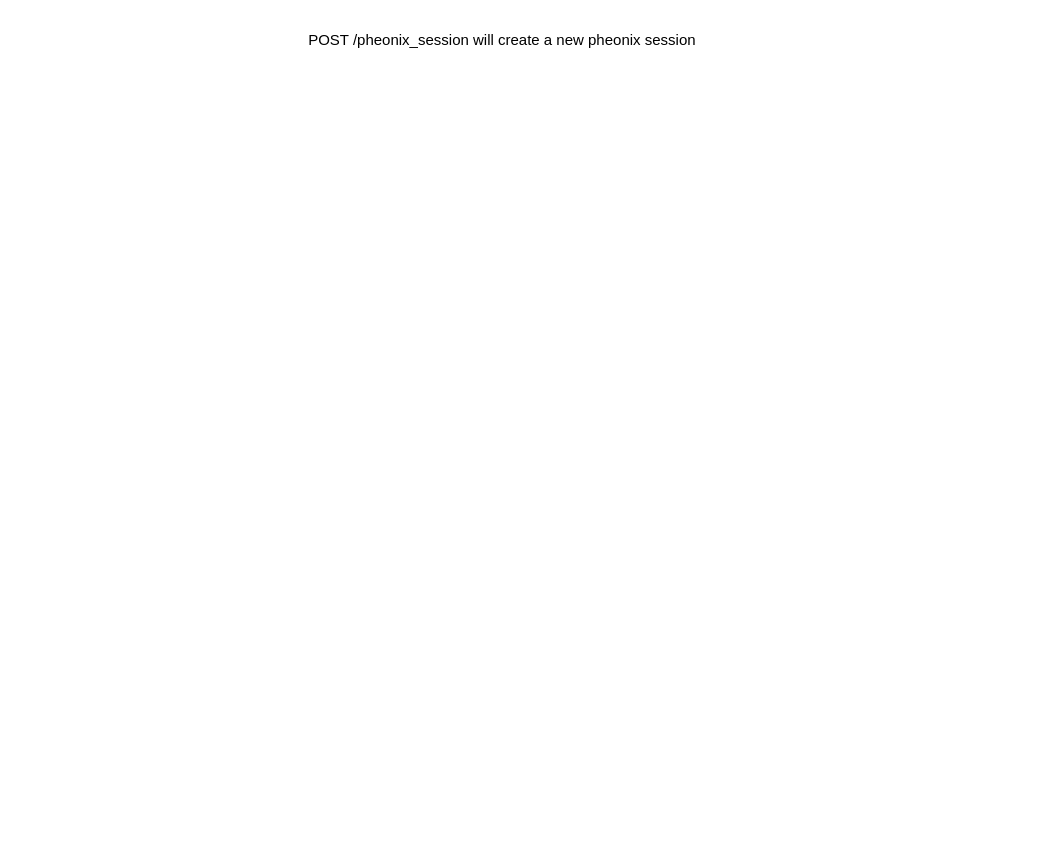
Above: page "POST /phoenix_session" (4 of 6) of pymsf/pymsf.drawio in ACCISA/msf_automate (draw.io), before the change. Source tidied: cells renumbered, new cells numbered last; positions are measured from the earlier drawing's top-left corner, leaving out a move shared by most shapes. Both pictures are drawn from the tidied source at 125%, with x=0, y=0 at pixel (289, 21).
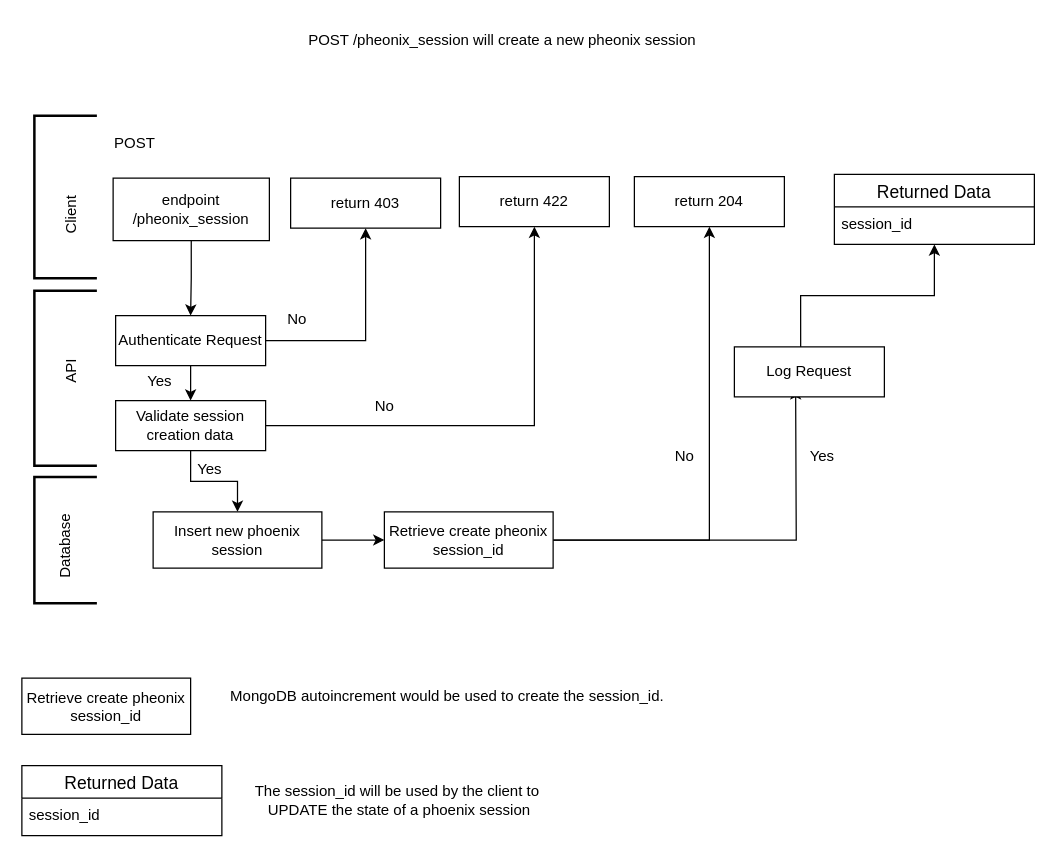
After the change.

The edit, as a diff of the source:
```diff
@@
+    <mxCell id="3" style="strokeWidth=2;html=1;shape=mxgraph.flowchart.annotation_1;align=left;" parent="1" vertex="1">
+      <mxGeometry x="-204" y="75" width="50" height="130" as="geometry" />
+    </mxCell>
+    <mxCell id="4" style="strokeWidth=2;html=1;shape=mxgraph.flowchart.annotation_1;align=left;" parent="1" vertex="1">
+      <mxGeometry x="-204" y="215" width="50" height="140" as="geometry" />
+    </mxCell>
+    <mxCell id="5" style="strokeWidth=2;html=1;shape=mxgraph.flowchart.annotation_1;align=left;" parent="1" vertex="1">
+      <mxGeometry x="-204" y="364" width="50" height="101" as="geometry" />
+    </mxCell>
+    <mxCell id="6" value="&lt;div&gt;Client&lt;/div&gt;" style="text;html=1;align=center;verticalAlign=middle;strokeColor=none;fillColor=none;rotation=-90;" parent="1" vertex="1">
+      <mxGeometry x="-204" y="140" width="60" height="30" as="geometry" />
+    </mxCell>
+    <mxCell id="7" value="&lt;div&gt;API&lt;/div&gt;" style="text;html=1;align=center;verticalAlign=middle;strokeColor=none;fillColor=none;rotation=-90;" parent="1" vertex="1">
+      <mxGeometry x="-194" y="265" width="40" height="30" as="geometry" />
+    </mxCell>
+    <mxCell id="8" value="&lt;div&gt;Database&lt;/div&gt;" style="text;html=1;align=center;verticalAlign=middle;strokeColor=none;fillColor=none;rotation=-90;" parent="1" vertex="1">
+      <mxGeometry x="-219" y="405" width="80" height="30" as="geometry" />
+    </mxCell>
+    <mxCell id="9" style="edgeStyle=orthogonalEdgeStyle;rounded=0;jettySize=auto;html=1;" parent="1" edge="1" source="10" target="13">
+      <mxGeometry relative="1" as="geometry" />
+    </mxCell>
+    <mxCell id="10" value="&lt;div&gt;endpoint&lt;/div&gt;&lt;div&gt;/pheonix_session&lt;/div&gt;" style="whiteSpace=wrap;html=1;" parent="1" vertex="1">
+      <mxGeometry x="-141" y="125" width="125" height="50" as="geometry" />
+    </mxCell>
+    <mxCell id="11" style="edgeStyle=orthogonalEdgeStyle;rounded=0;jettySize=auto;html=1;" parent="1" edge="1" source="13" target="21">
+      <mxGeometry relative="1" as="geometry" />
+    </mxCell>
+    <mxCell id="12" style="edgeStyle=orthogonalEdgeStyle;rounded=0;jettySize=auto;html=1;" parent="1" edge="1" source="13" target="27">
+      <mxGeometry relative="1" as="geometry" />
+    </mxCell>
+    <mxCell id="13" value="Authenticate Request" style="whiteSpace=wrap;html=1;" parent="1" vertex="1">
+      <mxGeometry x="-139" y="235" width="120" height="40" as="geometry" />
+    </mxCell>
+    <mxCell id="14" style="edgeStyle=orthogonalEdgeStyle;rounded=0;orthogonalLoop=1;jettySize=auto;html=1;exitX=0.5;exitY=1;exitDx=0;exitDy=0;" parent="1" edge="1" source="10" target="10">
+      <mxGeometry relative="1" as="geometry" />
+    </mxCell>
+    <mxCell id="15" value="Returned Data" style="swimlane;fontStyle=0;horizontal=1;startSize=26;align=center;fontSize=14;" parent="1" vertex="1">
+      <mxGeometry x="436" y="122" width="160" height="56" as="geometry" />
+    </mxCell>
+    <mxCell id="16" value="session_id" style="text;strokeColor=none;fillColor=none;spacingLeft=4;spacingRight=4;overflow=hidden;fontSize=12;whiteSpace=wrap;html=1;" parent="15" vertex="1">
+      <mxGeometry y="26" width="160" height="30" as="geometry" />
+    </mxCell>
+    <mxCell id="17" style="edgeStyle=orthogonalEdgeStyle;rounded=0;jettySize=auto;html=1;entryX=0.5;entryY=1;entryDx=0;entryDy=0;" parent="1" edge="1" source="19" target="31">
+      <mxGeometry relative="1" as="geometry" />
+    </mxCell>
+    <mxCell id="18" style="edgeStyle=orthogonalEdgeStyle;rounded=0;jettySize=auto;html=1;" parent="1" edge="1" source="19">
+      <mxGeometry relative="1" as="geometry">
+        <mxPoint x="405" y="293" as="targetPoint" />
+      </mxGeometry>
+    </mxCell>
+    <mxCell id="19" value="Retrieve create pheonix session_id" style="whiteSpace=wrap;html=1;" parent="1" vertex="1">
+      <mxGeometry x="76" y="392" width="135" height="45" as="geometry" />
+    </mxCell>
+    <mxCell id="20" value="POST" style="text;html=1;align=center;verticalAlign=middle;strokeColor=none;fillColor=none;" parent="1" vertex="1">
+      <mxGeometry x="-154" y="82" width="60" height="30" as="geometry" />
+    </mxCell>
+    <mxCell id="21" value="return 403" style="whiteSpace=wrap;html=1;" parent="1" vertex="1">
+      <mxGeometry x="1" y="125" width="120" height="40" as="geometry" />
+    </mxCell>
+    <mxCell id="22" value="&lt;div&gt;No&lt;/div&gt;" style="text;html=1;align=center;verticalAlign=middle;strokeColor=none;fillColor=none;" parent="1" vertex="1">
+      <mxGeometry x="-14" y="223" width="40" height="30" as="geometry" />
+    </mxCell>
+    <mxCell id="23" value="&lt;div&gt;Yes&lt;/div&gt;" style="text;html=1;align=center;verticalAlign=middle;strokeColor=none;fillColor=none;" parent="1" vertex="1">
+      <mxGeometry x="-124" y="273" width="40" height="30" as="geometry" />
+    </mxCell>
+    <mxCell id="24" style="edgeStyle=orthogonalEdgeStyle;rounded=0;jettySize=auto;html=1;entryX=0.5;entryY=1;entryDx=0;entryDy=0;exitX=0.442;exitY=0.075;exitDx=0;exitDy=0;exitPerimeter=0;" parent="1" edge="1" source="32" target="15">
+      <mxGeometry relative="1" as="geometry" />
+    </mxCell>
+    <mxCell id="25" style="edgeStyle=orthogonalEdgeStyle;rounded=0;jettySize=auto;html=1;entryX=0.5;entryY=1;entryDx=0;entryDy=0;" parent="1" edge="1" source="27" target="28">
+      <mxGeometry relative="1" as="geometry" />
+    </mxCell>
+    <mxCell id="26" style="edgeStyle=orthogonalEdgeStyle;rounded=0;jettySize=auto;html=1;" parent="1" edge="1" source="27" target="36">
+      <mxGeometry relative="1" as="geometry" />
+    </mxCell>
+    <mxCell id="27" value="Validate session creation data" style="whiteSpace=wrap;html=1;" parent="1" vertex="1">
+      <mxGeometry x="-139" y="303" width="120" height="40" as="geometry" />
+    </mxCell>
+    <mxCell id="28" value="return 422" style="whiteSpace=wrap;html=1;" parent="1" vertex="1">
+      <mxGeometry x="136" y="123.8" width="120" height="40" as="geometry" />
+    </mxCell>
+    <mxCell id="29" value="No" style="text;html=1;align=center;verticalAlign=middle;strokeColor=none;fillColor=none;" parent="1" vertex="1">
+      <mxGeometry x="56" y="293" width="40" height="30" as="geometry" />
+    </mxCell>
+    <mxCell id="30" value="Yes" style="text;html=1;align=center;verticalAlign=middle;strokeColor=none;fillColor=none;" parent="1" vertex="1">
+      <mxGeometry x="-84" y="343" width="40" height="30" as="geometry" />
+    </mxCell>
+    <mxCell id="31" value="return 204" style="whiteSpace=wrap;html=1;" parent="1" vertex="1">
+      <mxGeometry x="276" y="123.8" width="120" height="40" as="geometry" />
+    </mxCell>
+    <mxCell id="32" value="Log Request" style="whiteSpace=wrap;html=1;" parent="1" vertex="1">
+      <mxGeometry x="356" y="260" width="120" height="40" as="geometry" />
+    </mxCell>
+    <mxCell id="33" value="No" style="text;html=1;align=center;verticalAlign=middle;strokeColor=none;fillColor=none;" parent="1" vertex="1">
+      <mxGeometry x="296" y="333" width="40" height="30" as="geometry" />
+    </mxCell>
+    <mxCell id="34" value="Yes" style="text;html=1;align=center;verticalAlign=middle;strokeColor=none;fillColor=none;" parent="1" vertex="1">
+      <mxGeometry x="406" y="333" width="40" height="30" as="geometry" />
+    </mxCell>
+    <mxCell id="35" style="edgeStyle=orthogonalEdgeStyle;rounded=0;jettySize=auto;html=1;" parent="1" edge="1" source="36" target="19">
+      <mxGeometry relative="1" as="geometry" />
+    </mxCell>
+    <mxCell id="36" value="Insert new phoenix session" style="whiteSpace=wrap;html=1;" parent="1" vertex="1">
+      <mxGeometry x="-109" y="392" width="135" height="45" as="geometry" />
+    </mxCell>
+    <mxCell id="37" value="Retrieve create pheonix session_id" style="whiteSpace=wrap;html=1;" parent="1" vertex="1">
+      <mxGeometry x="-214" y="525" width="135" height="45" as="geometry" />
+    </mxCell>
+    <mxCell id="38" value="MongoDB autoincrement would be used to create the session_id." style="text;html=1;align=center;verticalAlign=middle;strokeColor=none;fillColor=none;" parent="1" vertex="1">
+      <mxGeometry x="-64" y="525" width="380" height="30" as="geometry" />
+    </mxCell>
+    <mxCell id="39" value="Returned Data" style="swimlane;fontStyle=0;horizontal=1;startSize=26;align=center;fontSize=14;" parent="1" vertex="1">
+      <mxGeometry x="-214" y="595" width="160" height="56" as="geometry" />
+    </mxCell>
+    <mxCell id="40" value="session_id" style="text;strokeColor=none;fillColor=none;spacingLeft=4;spacingRight=4;overflow=hidden;fontSize=12;whiteSpace=wrap;html=1;" parent="39" vertex="1">
+      <mxGeometry y="26" width="160" height="30" as="geometry" />
+    </mxCell>
+    <mxCell id="41" value="&lt;div&gt;The session_id will be used by the client to&lt;/div&gt;&lt;div&gt;&amp;nbsp;UPDATE the state of a phoenix session&lt;/div&gt;" style="text;html=1;align=center;verticalAlign=middle;strokeColor=none;fillColor=none;" parent="1" vertex="1">
+      <mxGeometry x="-44" y="603" width="260" height="40" as="geometry" />
+    </mxCell>
```
